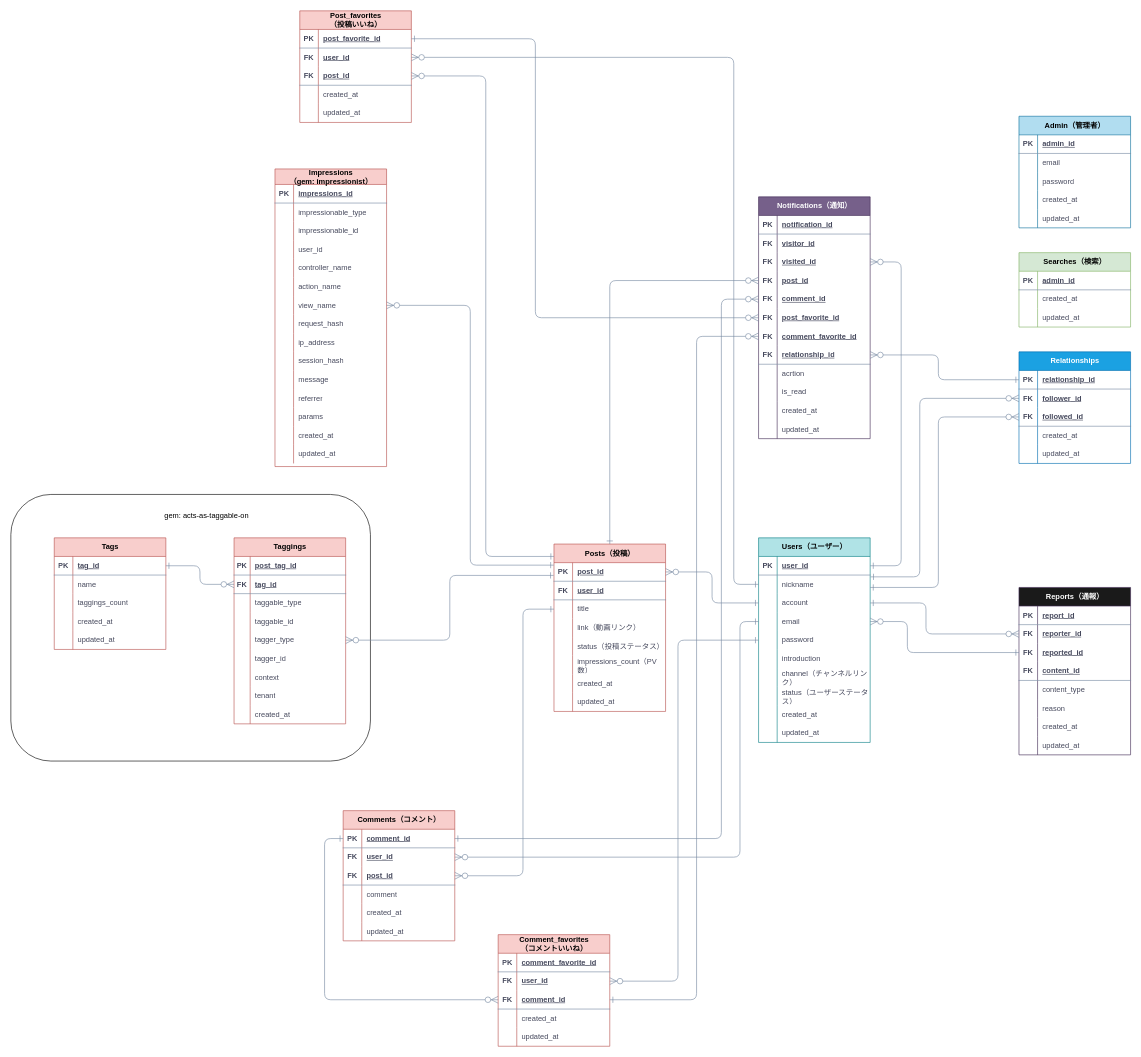
Ganmo3/drawio keeps this draw.io diagram as 2seeds.drawio. Above is the earlier version. Source tidied: cells renumbered, new cells numbered last; positions are measured from the earlier drawing's top-left corner, leaving out a move shared by most shapes. Both pictures are drawn from the tidied source at 62%, with x=0, y=0 at pixel (11, 11).
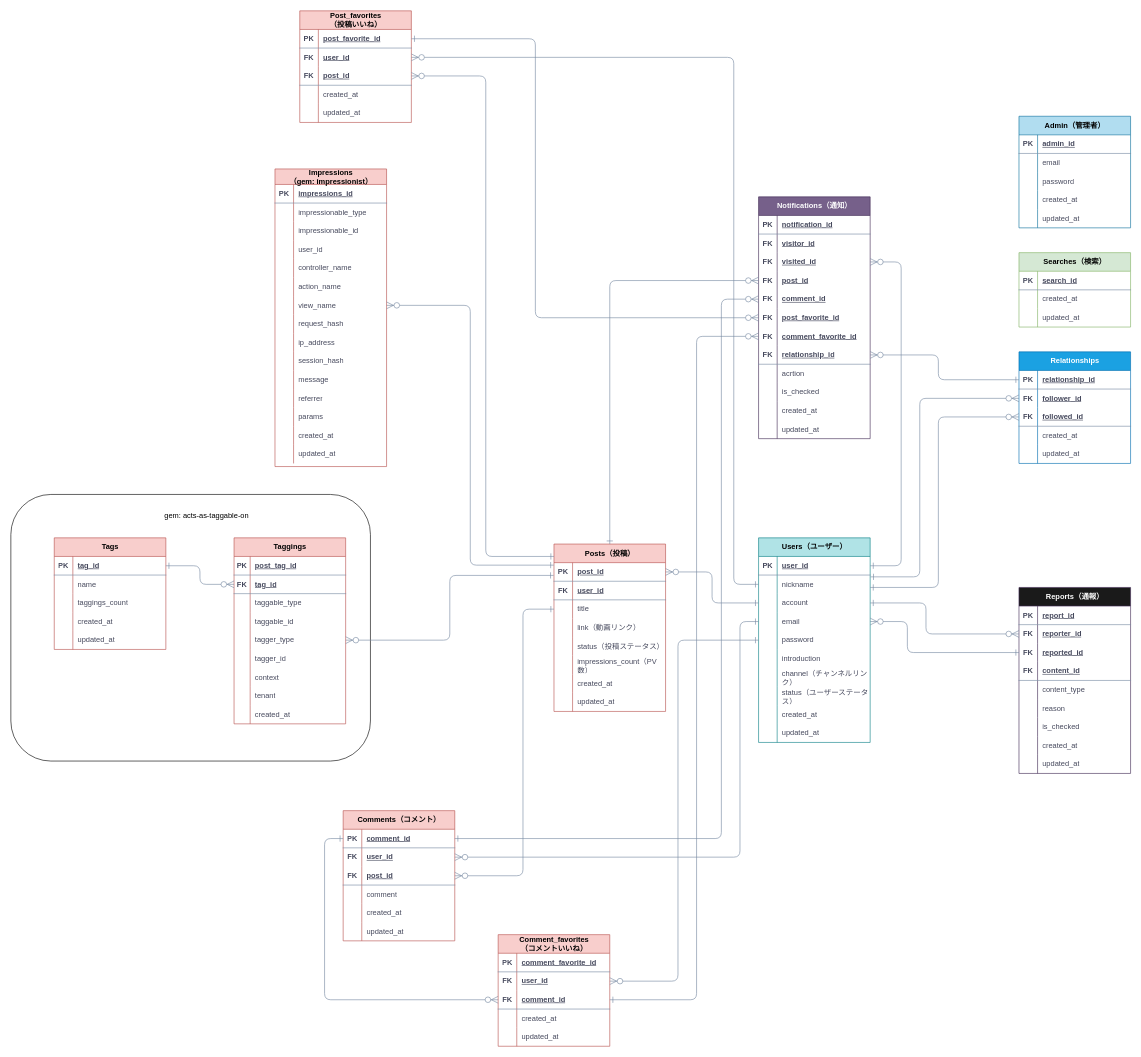
After the change.

Commit message:
2seeds.drawio を更新します

The change refers to these unchanged cells:
```xml
<mxCell id="162" style="shape=tableRow;horizontal=0;startSize=0;swimlaneHead=0;swimlaneBody=0;fillColor=none;top=0;left=0;right=0;bottom=0;strokeColor=#788AA3;fontFamily=Helvetica;fontSize=12;fontColor=#46495D;html=1;labelBackgroundColor=none;" parent="134" vertex="1">
  <mxGeometry y="300" width="180" height="30" as="geometry" />
</mxCell>
<mxCell id="320" style="shape=tableRow;horizontal=0;startSize=0;swimlaneHead=0;swimlaneBody=0;fillColor=none;top=0;left=0;right=0;bottom=1;strokeColor=#788AA3;fontFamily=Helvetica;fontSize=12;fontColor=#46495D;html=1;labelBackgroundColor=none;" parent="319" vertex="1">
  <mxGeometry y="30" width="180" height="30" as="geometry" />
</mxCell>
```

Diff of the diagram source:
```diff
@@
-    <mxCell id="164" value="is_read" style="shape=partialRectangle;fillColor=none;top=0;left=0;bottom=0;right=0;align=left;spacingLeft=6;overflow=hidden;whiteSpace=wrap;html=1;strokeColor=#788AA3;fontFamily=Helvetica;fontSize=12;fontColor=#46495D;startSize=23;labelBackgroundColor=none;" parent="162" vertex="1">
+    <mxCell id="164" value="is_checked" style="shape=partialRectangle;fillColor=none;top=0;left=0;bottom=0;right=0;align=left;spacingLeft=6;overflow=hidden;whiteSpace=wrap;html=1;strokeColor=#788AA3;fontFamily=Helvetica;fontSize=12;fontColor=#46495D;startSize=23;labelBackgroundColor=none;" parent="162" vertex="1">
       <mxGeometry x="30" width="150" height="30" as="geometry" />
     </mxCell>
@@
     <mxCell id="224" value="Reports（通報）" style="shape=table;startSize=30;childLayout=tableLayout;rowLines=0;fontStyle=1;align=center;html=1;strokeColor=#432D57;fontFamily=Helvetica;fontSize=12;fillColor=#1A1A1A;labelBackgroundColor=none;fontColor=#ffffff;" parent="1" vertex="1">
-      <mxGeometry x="1626" y="930" width="180" height="270" as="geometry" />
+      <mxGeometry x="1626" y="930" width="180" height="300" as="geometry" />
     </mxCell>
@@
+    <mxCell id="329" style="shape=tableRow;horizontal=0;startSize=0;swimlaneHead=0;swimlaneBody=0;fillColor=none;top=0;left=0;right=0;bottom=0;strokeColor=#788AA3;fontFamily=Helvetica;fontSize=12;fontColor=#46495D;html=1;labelBackgroundColor=none;" parent="224" vertex="1">
+      <mxGeometry y="210" width="180" height="30" as="geometry" />
+    </mxCell>
+    <mxCell id="330" style="shape=partialRectangle;fillColor=none;top=0;left=0;bottom=0;right=0;overflow=hidden;whiteSpace=wrap;html=1;strokeColor=#788AA3;fontFamily=Helvetica;fontSize=12;fontColor=#46495D;startSize=23;labelBackgroundColor=none;" parent="329" vertex="1">
+      <mxGeometry width="30" height="30" as="geometry" />
+    </mxCell>
+    <mxCell id="331" value="is_checked" style="shape=partialRectangle;fillColor=none;top=0;left=0;bottom=0;right=0;align=left;spacingLeft=6;overflow=hidden;whiteSpace=wrap;html=1;strokeColor=#788AA3;fontFamily=Helvetica;fontSize=12;fontColor=#46495D;startSize=23;labelBackgroundColor=none;" parent="329" vertex="1">
+      <mxGeometry x="30" width="150" height="30" as="geometry" />
+    </mxCell>
     <mxCell id="243" style="shape=tableRow;horizontal=0;startSize=0;swimlaneHead=0;swimlaneBody=0;fillColor=none;top=0;left=0;right=0;bottom=0;strokeColor=#788AA3;fontFamily=Helvetica;fontSize=12;fontColor=#46495D;html=1;labelBackgroundColor=none;" parent="224" vertex="1">
-      <mxGeometry y="210" width="180" height="30" as="geometry" />
+      <mxGeometry y="240" width="180" height="30" as="geometry" />
     </mxCell>
@@
     <mxCell id="246" style="shape=tableRow;horizontal=0;startSize=0;swimlaneHead=0;swimlaneBody=0;fillColor=none;top=0;left=0;right=0;bottom=0;strokeColor=#788AA3;fontFamily=Helvetica;fontSize=12;fontColor=#46495D;html=1;labelBackgroundColor=none;" parent="224" vertex="1">
-      <mxGeometry y="240" width="180" height="30" as="geometry" />
+      <mxGeometry y="270" width="180" height="30" as="geometry" />
     </mxCell>
@@
-    <mxCell id="322" value="admin_id" style="shape=partialRectangle;fillColor=none;top=0;left=0;bottom=0;right=0;align=left;spacingLeft=6;fontStyle=5;overflow=hidden;whiteSpace=wrap;html=1;strokeColor=#788AA3;fontFamily=Helvetica;fontSize=12;fontColor=#46495D;startSize=23;labelBackgroundColor=none;" parent="320" vertex="1">
+    <mxCell id="322" value="search_id" style="shape=partialRectangle;fillColor=none;top=0;left=0;bottom=0;right=0;align=left;spacingLeft=6;fontStyle=5;overflow=hidden;whiteSpace=wrap;html=1;strokeColor=#788AA3;fontFamily=Helvetica;fontSize=12;fontColor=#46495D;startSize=23;labelBackgroundColor=none;" parent="320" vertex="1">
       <mxGeometry x="30" width="150" height="30" as="geometry" />
     </mxCell>
```
